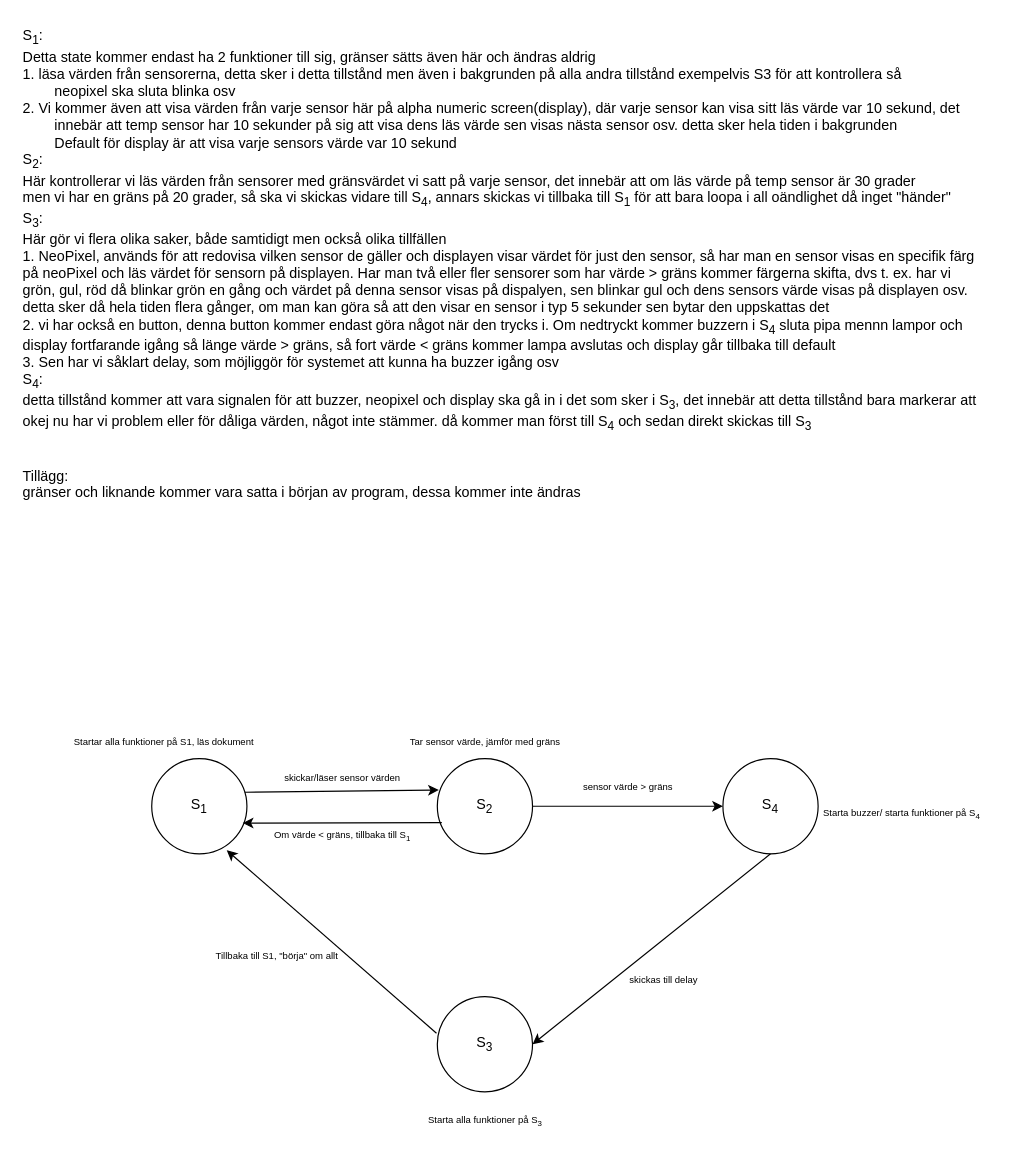
Above: docs/Diagram/StateMachine/State Machine 2.0.drawio in Anton-Johannesson/ComputerScience-Project (draw.io), before the change. Source tidied: cells renumbered, new cells numbered last; positions are measured from the earlier drawing's top-left corner, leaving out a move shared by most shapes. Both pictures are drawn from the tidied source at 119%, with x=0, y=0 at pixel (20, 20).
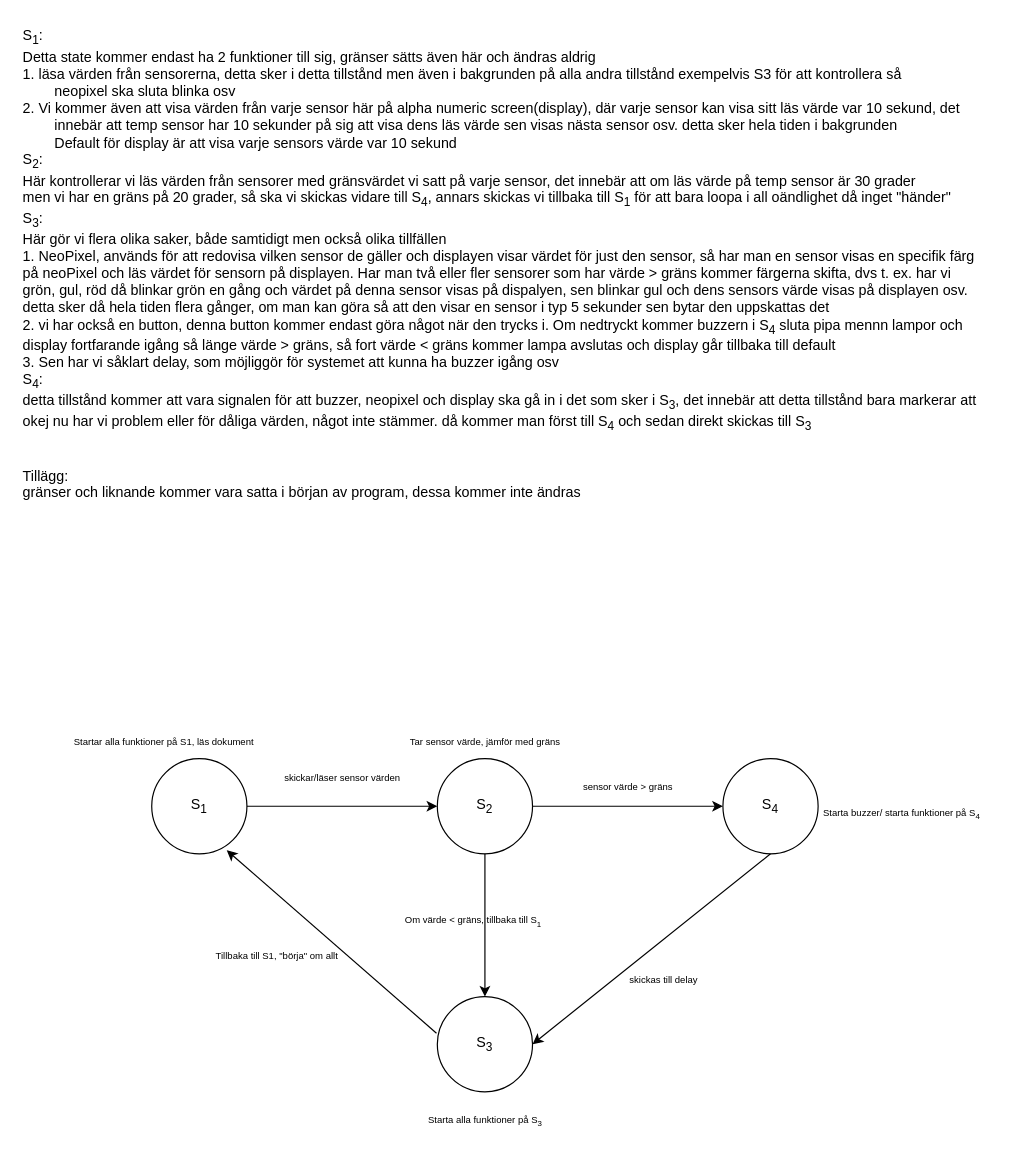
Above is the later version.

Unchanged cells that the change refers to:
```xml
<mxCell id="2" value="S&lt;sub&gt;1&lt;/sub&gt;" style="ellipse;whiteSpace=wrap;html=1;" parent="1" vertex="1">
  <mxGeometry x="110" y="620" width="80" height="80" as="geometry" />
</mxCell>
<mxCell id="3" value="S&lt;sub&gt;2&lt;/sub&gt;" style="ellipse;whiteSpace=wrap;html=1;" parent="1" vertex="1">
  <mxGeometry x="350" y="620" width="80" height="80" as="geometry" />
</mxCell>
<mxCell id="4" value="S&lt;sub&gt;3&lt;/sub&gt;" style="ellipse;whiteSpace=wrap;html=1;" parent="1" vertex="1">
  <mxGeometry x="350" y="820" width="80" height="80" as="geometry" />
</mxCell>
```

Diff of the diagram source:
```diff
@@
-    <mxCell id="6" style="endArrow=classic;html=1;rounded=0;exitX=0.977;exitY=0.353;exitDx=0;exitDy=0;entryX=0.016;entryY=0.33;entryDx=0;entryDy=0;exitPerimeter=0;entryPerimeter=0;" parent="1" edge="1" source="2" target="3">
+    <mxCell id="6" style="endArrow=classic;html=1;rounded=0;exitX=1;exitY=0.5;exitDx=0;exitDy=0;entryX=0;entryY=0.5;entryDx=0;entryDy=0;" parent="1" edge="1" source="2" target="3">
       <mxGeometry relative="1" as="geometry" />
     </mxCell>
@@
-    <mxCell id="11" style="endArrow=classic;html=1;rounded=0;exitX=0.047;exitY=0.673;exitDx=0;exitDy=0;entryX=0.956;entryY=0.677;entryDx=0;entryDy=0;entryPerimeter=0;exitPerimeter=0;" parent="1" edge="1" source="3" target="2">
+    <mxCell id="11" style="endArrow=classic;html=1;rounded=0;exitX=0.5;exitY=1;exitDx=0;exitDy=0;entryX=0.5;entryY=0;entryDx=0;entryDy=0;" parent="1" edge="1" source="3" target="4">
       <mxGeometry relative="1" as="geometry" />
     </mxCell>
@@
     <mxCell id="20" value="&lt;font style=&quot;font-size: 8px;&quot;&gt;Om värde &amp;lt; gräns, tillbaka till S&lt;sub&gt;1&lt;/sub&gt;&lt;/font&gt;" style="text;html=1;align=center;verticalAlign=middle;strokeColor=none;fillColor=none;" parent="1" vertex="1">
-      <mxGeometry x="200" y="668" width="140" height="30" as="geometry" />
+      <mxGeometry x="310" y="740" width="140" height="30" as="geometry" />
     </mxCell>
```
